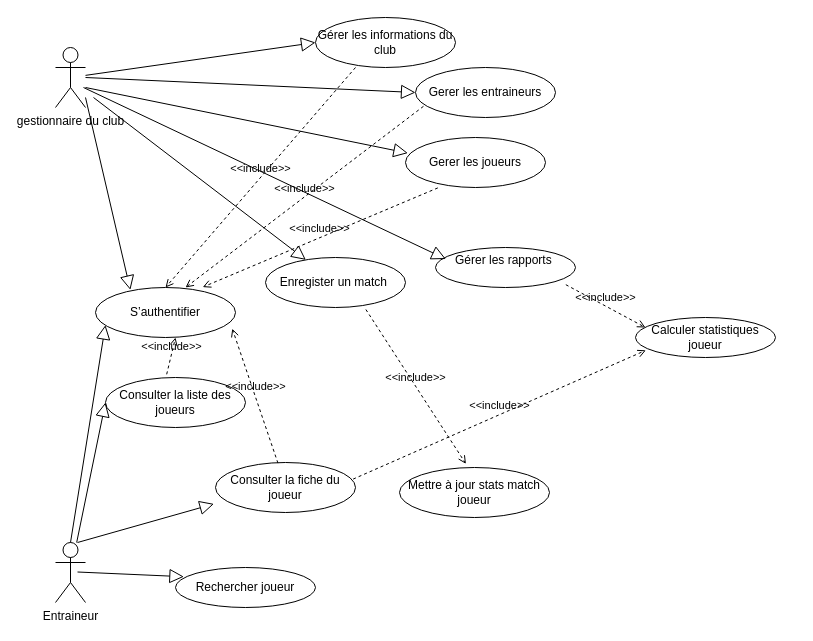
The draw.io diagram documentation/DiagrammeUseCaseFCB.drawio in ZouaghiHoussem/SoftwareEngineeringDocuments, before the edit. Source tidied: cells renumbered, new cells numbered last; positions are measured from the earlier drawing's top-left corner, leaving out a move shared by most shapes. Both pictures are drawn from the tidied source at 100%, with x=0, y=0 at pixel (55, 17).
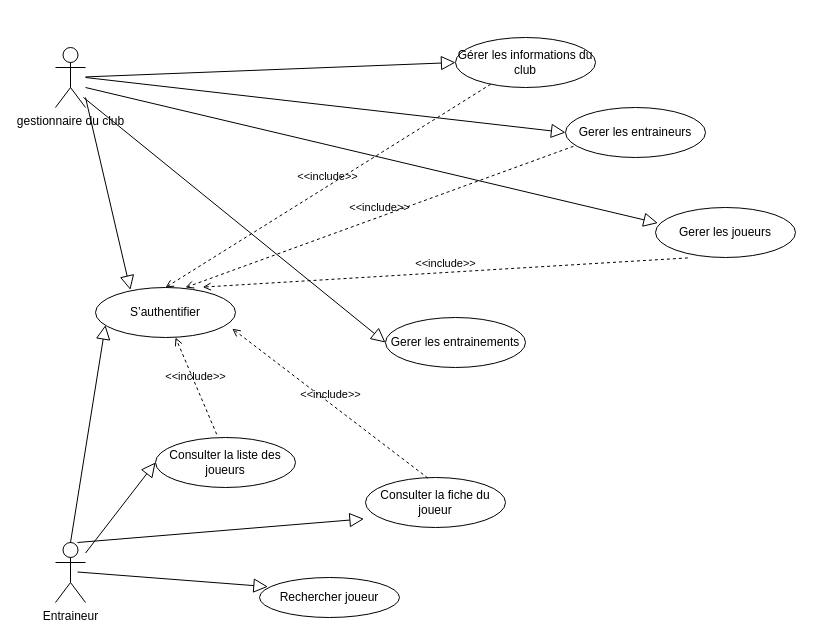
The same page after the edit.

The change refers to these unchanged cells:
```xml
<mxCell id="8" value="S’authentifier" style="ellipse;whiteSpace=wrap;html=1;" parent="1" vertex="1">
  <mxGeometry x="40" y="270" width="140" height="50" as="geometry" />
</mxCell>
```

The edit, as a diff of the source:
```diff
@@
     <mxCell id="4" value="Gerer les entraineurs" style="ellipse;whiteSpace=wrap;html=1;" parent="1" vertex="1">
-      <mxGeometry x="360" y="50" width="140" height="50" as="geometry" />
+      <mxGeometry x="510" y="90" width="140" height="50" as="geometry" />
     </mxCell>
@@
     <mxCell id="6" value="Gérer les informations du club" style="ellipse;whiteSpace=wrap;html=1;" parent="1" vertex="1">
-      <mxGeometry x="260" width="140" height="50" as="geometry" />
+      <mxGeometry x="400" y="20" width="140" height="50" as="geometry" />
     </mxCell>
     <mxCell id="7" value="Gerer les joueurs" style="ellipse;whiteSpace=wrap;html=1;" parent="1" vertex="1">
-      <mxGeometry x="350" y="120" width="140" height="50" as="geometry" />
+      <mxGeometry x="600" y="190" width="140" height="50" as="geometry" />
     </mxCell>
@@
     <mxCell id="13" value="Consulter la liste des joueurs" style="ellipse;whiteSpace=wrap;html=1;" parent="1" vertex="1">
-      <mxGeometry x="50" y="360" width="140" height="50" as="geometry" />
+      <mxGeometry x="100" y="420" width="140" height="50" as="geometry" />
     </mxCell>
@@
-    <mxCell id="15" value="Gérer les rapports&amp;nbsp;&lt;div&gt;&lt;br&gt;&lt;/div&gt;" style="ellipse;whiteSpace=wrap;html=1;" parent="1" vertex="1">
-      <mxGeometry x="380" y="230" width="140" height="40" as="geometry" />
-    </mxCell>
-    <mxCell id="16" value="&lt;div&gt;Enregister un match&amp;nbsp;&lt;/div&gt;" style="ellipse;whiteSpace=wrap;html=1;" parent="1" vertex="1">
-      <mxGeometry x="210" y="240" width="140" height="50" as="geometry" />
-    </mxCell>
-    <mxCell id="17" style="edgeStyle=none;html=1;endArrow=block;endFill=0;endSize=12;verticalAlign=bottom;rounded=0;entryX=0.074;entryY=0.288;entryDx=0;entryDy=0;entryPerimeter=0;" parent="1" edge="1" target="15">
-      <mxGeometry relative="1" as="geometry">
-        <mxPoint x="28" y="70" as="sourcePoint" />
-      </mxGeometry>
-    </mxCell>
-    <mxCell id="18" style="edgeStyle=none;html=1;endArrow=block;endFill=0;endSize=12;verticalAlign=bottom;rounded=0;" parent="1" edge="1" target="16">
-      <mxGeometry relative="1" as="geometry">
-        <mxPoint x="38" y="80" as="sourcePoint" />
-      </mxGeometry>
-    </mxCell>
@@
-    <mxCell id="21" value="Calculer statistiques joueur" style="ellipse;whiteSpace=wrap;html=1;" parent="1" vertex="1">
-      <mxGeometry x="580" y="300" width="140" height="40" as="geometry" />
-    </mxCell>
-    <mxCell id="22" value="Mettre à jour stats match joueur" style="ellipse;whiteSpace=wrap;html=1;" parent="1" vertex="1">
-      <mxGeometry x="344" y="450" width="150" height="50" as="geometry" />
-    </mxCell>
     <mxCell id="23" value="Consulter la fiche du joueur" style="ellipse;whiteSpace=wrap;html=1;" parent="1" vertex="1">
-      <mxGeometry x="160" y="445" width="140" height="50" as="geometry" />
+      <mxGeometry x="310" y="460" width="140" height="50" as="geometry" />
     </mxCell>
@@
-    <mxCell id="25" value="&amp;lt;&amp;lt;include&amp;gt;&amp;gt;" style="html=1;verticalAlign=bottom;labelBackgroundColor=none;endArrow=open;endFill=0;dashed=1;rounded=0;exitX=0.983;exitY=0.332;exitDx=0;exitDy=0;exitPerimeter=0;entryX=0.074;entryY=0.82;entryDx=0;entryDy=0;entryPerimeter=0;" parent="1" edge="1" source="23" target="21">
-      <mxGeometry relative="1" as="geometry" />
-    </mxCell>
-    <mxCell id="26" value="&amp;lt;&amp;lt;include&amp;gt;&amp;gt;" style="html=1;verticalAlign=bottom;labelBackgroundColor=none;endArrow=open;endFill=0;dashed=1;rounded=0;exitX=0.931;exitY=0.93;exitDx=0;exitDy=0;exitPerimeter=0;entryX=0.071;entryY=0.25;entryDx=0;entryDy=0;entryPerimeter=0;" parent="1" edge="1" source="15" target="21">
-      <mxGeometry relative="1" as="geometry" />
-    </mxCell>
-    <mxCell id="27" value="&amp;lt;&amp;lt;include&amp;gt;&amp;gt;" style="html=1;verticalAlign=bottom;labelBackgroundColor=none;endArrow=open;endFill=0;dashed=1;rounded=0;exitX=0.717;exitY=1.04;exitDx=0;exitDy=0;exitPerimeter=0;entryX=0.443;entryY=-0.072;entryDx=0;entryDy=0;entryPerimeter=0;" parent="1" edge="1" source="16" target="22">
-      <mxGeometry relative="1" as="geometry" />
-    </mxCell>
@@
     <mxCell id="29" value="Rechercher joueur" style="ellipse;whiteSpace=wrap;html=1;" parent="1" vertex="1">
-      <mxGeometry x="120" y="550" width="140" height="40" as="geometry" />
+      <mxGeometry x="204" y="560" width="140" height="40" as="geometry" />
     </mxCell>
-    <mxCell id="30" value="&amp;lt;&amp;lt;include&amp;gt;&amp;gt;" style="html=1;verticalAlign=bottom;labelBackgroundColor=none;endArrow=open;endFill=0;dashed=1;rounded=0;entryX=0.5;entryY=0;entryDx=0;entryDy=0;exitX=0.057;exitY=0.776;exitDx=0;exitDy=0;exitPerimeter=0;" parent="1" edge="1" target="8">
-      <mxGeometry relative="1" as="geometry">
-        <mxPoint x="300" y="50" as="sourcePoint" />
-      </mxGeometry>
+    <mxCell id="30" value="&amp;lt;&amp;lt;include&amp;gt;&amp;gt;" style="html=1;verticalAlign=bottom;labelBackgroundColor=none;endArrow=open;endFill=0;dashed=1;rounded=0;entryX=0.5;entryY=0;entryDx=0;entryDy=0;" parent="1" edge="1" source="6" target="8">
+      <mxGeometry relative="1" as="geometry" />
     </mxCell>
@@
+    <mxCell id="33" value="Gerer les entrainements" style="ellipse;whiteSpace=wrap;html=1;" parent="1" vertex="1">
+      <mxGeometry x="330" y="300" width="140" height="50" as="geometry" />
+    </mxCell>
+    <mxCell id="34" style="edgeStyle=none;html=1;endArrow=block;endFill=0;endSize=12;verticalAlign=bottom;rounded=0;entryX=0;entryY=0.5;entryDx=0;entryDy=0;" parent="1" edge="1" target="33">
+      <mxGeometry relative="1" as="geometry">
+        <mxPoint x="28" y="80" as="sourcePoint" />
+      </mxGeometry>
+    </mxCell>
```
